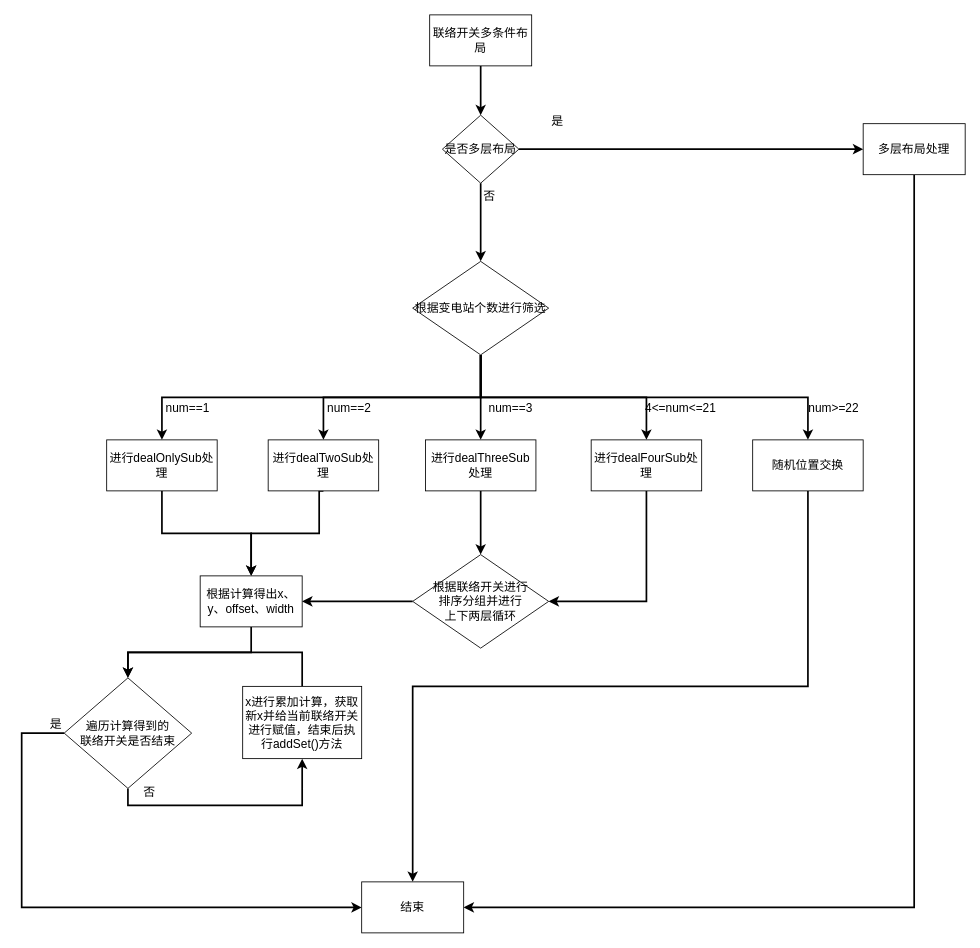
Above: 联络开关.drawio in MXakon/Rocket.Chat (draw.io), before the change. Source tidied: cells renumbered, new cells numbered last; positions are measured from the earlier drawing's top-left corner, leaving out a move shared by most shapes. Both pictures are drawn from the tidied source at 85%, with x=0, y=0 at pixel (21, 14).
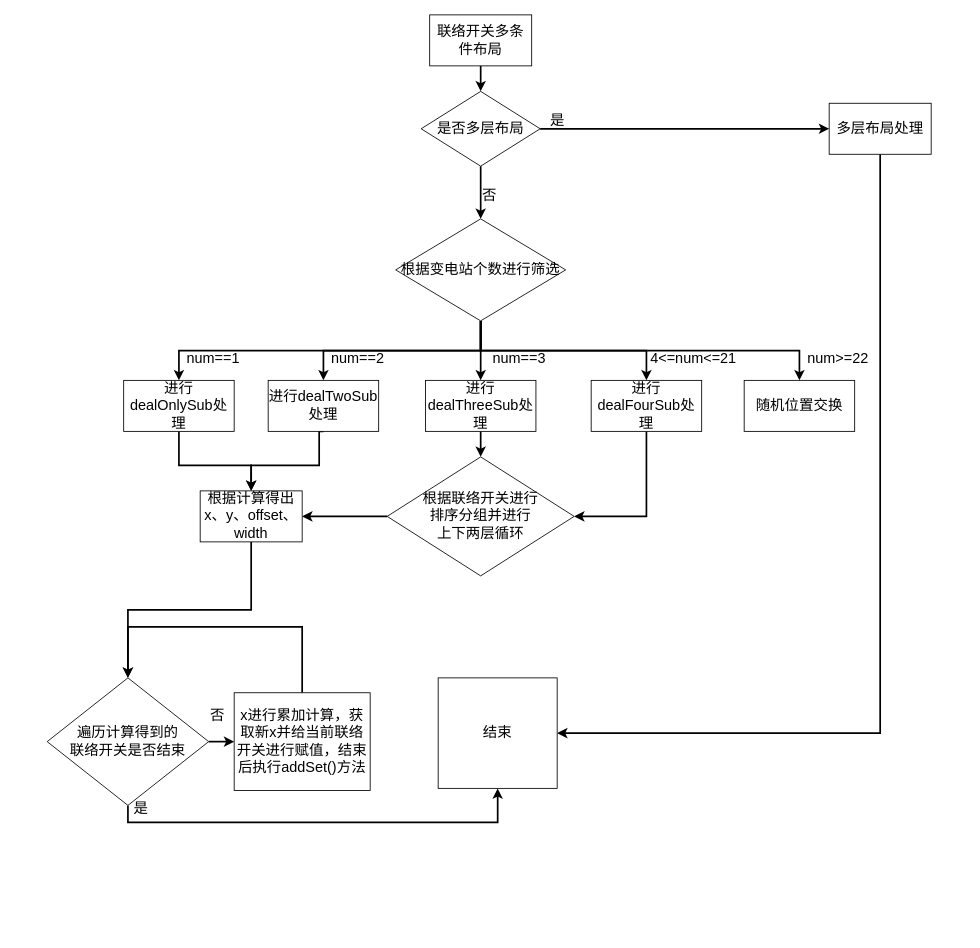
Above is the later version.

Commit message:
更新联络开关.drawio

The edit, as a diff of the source:
```diff
@@
-    <mxCell id="2" style="edgeStyle=orthogonalEdgeStyle;rounded=0;jettySize=auto;html=1;exitX=0.5;exitY=1;exitDx=0;exitDy=0;entryX=0.5;entryY=0;entryDx=0;entryDy=0;strokeWidth=2;fontSize=14;" parent="1" edge="1" source="3" target="6">
+    <mxCell id="2" style="edgeStyle=orthogonalEdgeStyle;rounded=0;jettySize=auto;html=1;exitX=0.5;exitY=1;exitDx=0;exitDy=0;entryX=0.5;entryY=0;entryDx=0;entryDy=0;strokeWidth=2;fontSize=17;" parent="1" edge="1" source="3" target="6">
       <mxGeometry relative="1" as="geometry">
         <Array as="points">
           <mxPoint x="540" y="80" />
           <mxPoint x="540" y="80" />
         </Array>
       </mxGeometry>
     </mxCell>
-    <mxCell id="3" value="联络开关多条件布局" style="rounded=0;whiteSpace=wrap;html=1;fontSize=14;" parent="1" vertex="1">
+    <mxCell id="3" value="联络开关多条件布局" style="rounded=0;whiteSpace=wrap;html=1;fontSize=17;" parent="1" vertex="1">
       <mxGeometry x="480" width="120" height="60" as="geometry" />
     </mxCell>
-    <mxCell id="4" style="edgeStyle=orthogonalEdgeStyle;rounded=0;jettySize=auto;html=1;strokeWidth=2;fontSize=14;" parent="1" edge="1" source="6">
-      <mxGeometry relative="1" as="geometry">
-        <mxPoint x="540" y="290" as="targetPoint" />
-      </mxGeometry>
-    </mxCell>
-    <mxCell id="5" style="edgeStyle=orthogonalEdgeStyle;rounded=0;jettySize=auto;html=1;exitX=1;exitY=0.5;exitDx=0;exitDy=0;entryX=0;entryY=0.5;entryDx=0;entryDy=0;strokeWidth=2;fontSize=14;" parent="1" edge="1" source="6" target="10">
+    <mxCell id="5" style="edgeStyle=orthogonalEdgeStyle;rounded=0;jettySize=auto;html=1;exitX=1;exitY=0.5;exitDx=0;exitDy=0;entryX=0;entryY=0.5;entryDx=0;entryDy=0;strokeWidth=2;fontSize=17;" parent="1" edge="1" source="6" target="10">
       <mxGeometry relative="1" as="geometry" />
     </mxCell>
+    <mxCell id="44" style="edgeStyle=orthogonalEdgeStyle;rounded=0;jettySize=auto;html=1;exitX=0.5;exitY=1;exitDx=0;exitDy=0;entryX=0.5;entryY=0;entryDx=0;entryDy=0;fontStyle=1;strokeWidth=2;" parent="1" edge="1" source="6" target="20">
+      <mxGeometry relative="1" as="geometry" />
+    </mxCell>
-    <mxCell id="6" value="是否多层布局" style="rhombus;whiteSpace=wrap;html=1;rounded=0;fontSize=14;" parent="1" vertex="1">
-      <mxGeometry x="495" y="118" width="90" height="80" as="geometry" />
+    <mxCell id="6" value="是否多层布局" style="rhombus;whiteSpace=wrap;html=1;rounded=0;fontSize=17;" parent="1" vertex="1">
+      <mxGeometry x="470" y="90" width="140" height="88" as="geometry" />
     </mxCell>
-    <mxCell id="7" style="edgeStyle=orthogonalEdgeStyle;rounded=0;jettySize=auto;html=1;exitX=0.5;exitY=1;exitDx=0;exitDy=0;entryX=0.5;entryY=0;entryDx=0;entryDy=0;strokeWidth=2;fontSize=14;" parent="1" edge="1" source="8" target="33">
+    <mxCell id="7" style="edgeStyle=orthogonalEdgeStyle;rounded=0;jettySize=auto;html=1;exitX=0.5;exitY=1;exitDx=0;exitDy=0;entryX=0.5;entryY=0;entryDx=0;entryDy=0;strokeWidth=2;fontSize=17;" parent="1" edge="1" source="8" target="33">
       <mxGeometry relative="1" as="geometry">
         <Array as="points">
-          <mxPoint x="350" y="610" />
-          <mxPoint x="270" y="610" />
+          <mxPoint x="350" y="490" />
+          <mxPoint x="350" y="530" />
+          <mxPoint x="270" y="530" />
         </Array>
       </mxGeometry>
     </mxCell>
-    <mxCell id="8" value="进行dealTwoSub处理" style="whiteSpace=wrap;html=1;rounded=0;fontSize=14;" parent="1" vertex="1">
-      <mxGeometry x="290" y="500" width="130" height="60" as="geometry" />
+    <mxCell id="8" value="进行dealTwoSub处理" style="whiteSpace=wrap;html=1;rounded=0;fontSize=17;" parent="1" vertex="1">
+      <mxGeometry x="290" y="430" width="130" height="60" as="geometry" />
     </mxCell>
-    <mxCell id="9" style="edgeStyle=orthogonalEdgeStyle;rounded=0;jettySize=auto;html=1;exitX=0.5;exitY=1;exitDx=0;exitDy=0;entryX=1;entryY=0.5;entryDx=0;entryDy=0;strokeWidth=2;fontSize=14;" parent="1" edge="1" source="10" target="37">
+    <mxCell id="9" style="edgeStyle=orthogonalEdgeStyle;rounded=0;jettySize=auto;html=1;exitX=0.5;exitY=1;exitDx=0;exitDy=0;entryX=1;entryY=0.5;entryDx=0;entryDy=0;strokeWidth=2;fontSize=17;" parent="1" edge="1" source="10" target="37">
       <mxGeometry relative="1" as="geometry" />
     </mxCell>
-    <mxCell id="10" value="多层布局处理" style="whiteSpace=wrap;html=1;rounded=0;fontSize=14;" parent="1" vertex="1">
-      <mxGeometry x="990" y="128" width="120" height="60" as="geometry" />
+    <mxCell id="10" value="多层布局处理" style="whiteSpace=wrap;html=1;rounded=0;fontSize=17;" parent="1" vertex="1">
+      <mxGeometry x="950" y="104" width="120" height="60" as="geometry" />
     </mxCell>
-    <mxCell id="11" style="edgeStyle=orthogonalEdgeStyle;rounded=0;jettySize=auto;html=1;strokeWidth=2;fontSize=14;" parent="1" edge="1" source="12" target="33">
-      <mxGeometry relative="1" as="geometry" />
+    <mxCell id="11" style="edgeStyle=orthogonalEdgeStyle;rounded=0;jettySize=auto;html=1;strokeWidth=2;fontSize=17;" parent="1" edge="1" source="12" target="33">
+      <mxGeometry relative="1" as="geometry">
+        <Array as="points">
+          <mxPoint x="185" y="530" />
+          <mxPoint x="270" y="530" />
+        </Array>
+      </mxGeometry>
     </mxCell>
-    <mxCell id="12" value="进行dealOnlySub处理" style="whiteSpace=wrap;html=1;rounded=0;fontSize=14;" parent="1" vertex="1">
-      <mxGeometry x="100" y="500" width="130" height="60" as="geometry" />
+    <mxCell id="12" value="进行dealOnlySub处理" style="whiteSpace=wrap;html=1;rounded=0;fontSize=17;" parent="1" vertex="1">
+      <mxGeometry x="120" y="430" width="130" height="60" as="geometry" />
     </mxCell>
-    <mxCell id="13" value="是" style="text;html=1;align=center;verticalAlign=middle;strokeColor=none;fillColor=none;fontSize=14;" parent="1" vertex="1">
+    <mxCell id="13" value="是" style="text;html=1;align=center;verticalAlign=middle;strokeColor=none;fillColor=none;fontSize=17;" parent="1" vertex="1">
       <mxGeometry x="610" y="110" width="40" height="30" as="geometry" />
     </mxCell>
-    <mxCell id="14" value="否" style="text;html=1;align=center;verticalAlign=middle;strokeColor=none;fillColor=none;fontSize=14;" parent="1" vertex="1">
+    <mxCell id="14" value="否" style="text;html=1;align=center;verticalAlign=middle;strokeColor=none;fillColor=none;fontSize=17;" parent="1" vertex="1">
       <mxGeometry x="530" y="198" width="40" height="30" as="geometry" />
     </mxCell>
-    <mxCell id="15" style="edgeStyle=orthogonalEdgeStyle;rounded=0;jettySize=auto;html=1;exitX=0.5;exitY=1;exitDx=0;exitDy=0;entryX=0.5;entryY=0;entryDx=0;entryDy=0;strokeWidth=2;fontSize=14;" parent="1" edge="1" source="20" target="12">
+    <mxCell id="15" style="edgeStyle=orthogonalEdgeStyle;rounded=0;jettySize=auto;html=1;exitX=0.5;exitY=1;exitDx=0;exitDy=0;entryX=0.5;entryY=0;entryDx=0;entryDy=0;strokeWidth=2;fontSize=17;" parent="1" edge="1" source="20" target="12">
       <mxGeometry relative="1" as="geometry" />
     </mxCell>
-    <mxCell id="16" style="edgeStyle=orthogonalEdgeStyle;rounded=0;jettySize=auto;html=1;exitX=0.5;exitY=1;exitDx=0;exitDy=0;strokeWidth=2;fontSize=14;" parent="1" edge="1" source="20" target="8">
+    <mxCell id="16" style="edgeStyle=orthogonalEdgeStyle;rounded=0;jettySize=auto;html=1;exitX=0.5;exitY=1;exitDx=0;exitDy=0;strokeWidth=2;fontSize=17;" parent="1" edge="1" source="20" target="8">
       <mxGeometry relative="1" as="geometry" />
     </mxCell>
-    <mxCell id="17" style="edgeStyle=orthogonalEdgeStyle;rounded=0;jettySize=auto;html=1;exitX=0.5;exitY=1;exitDx=0;exitDy=0;entryX=0.5;entryY=0;entryDx=0;entryDy=0;strokeWidth=2;fontSize=14;" parent="1" edge="1" source="20" target="22">
+    <mxCell id="17" style="edgeStyle=orthogonalEdgeStyle;rounded=0;jettySize=auto;html=1;exitX=0.5;exitY=1;exitDx=0;exitDy=0;entryX=0.5;entryY=0;entryDx=0;entryDy=0;strokeWidth=2;fontSize=17;" parent="1" edge="1" source="20" target="22">
       <mxGeometry relative="1" as="geometry" />
     </mxCell>
-    <mxCell id="18" style="edgeStyle=orthogonalEdgeStyle;rounded=0;jettySize=auto;html=1;exitX=0.5;exitY=1;exitDx=0;exitDy=0;strokeWidth=2;fontSize=14;" parent="1" edge="1" source="20" target="24">
+    <mxCell id="18" style="edgeStyle=orthogonalEdgeStyle;rounded=0;jettySize=auto;html=1;exitX=0.5;exitY=1;exitDx=0;exitDy=0;strokeWidth=2;fontSize=17;" parent="1" edge="1" source="20" target="24">
       <mxGeometry relative="1" as="geometry" />
     </mxCell>
-    <mxCell id="19" style="edgeStyle=orthogonalEdgeStyle;rounded=0;jettySize=auto;html=1;exitX=0.5;exitY=1;exitDx=0;exitDy=0;entryX=0.5;entryY=0;entryDx=0;entryDy=0;strokeWidth=2;fontSize=14;" parent="1" edge="1" source="20" target="26">
+    <mxCell id="19" style="edgeStyle=orthogonalEdgeStyle;rounded=0;jettySize=auto;html=1;exitX=0.5;exitY=1;exitDx=0;exitDy=0;entryX=0.5;entryY=0;entryDx=0;entryDy=0;strokeWidth=2;fontSize=17;" parent="1" edge="1" source="20" target="26">
       <mxGeometry relative="1" as="geometry" />
     </mxCell>
-    <mxCell id="20" value="根据变电站个数进行筛选" style="rhombus;whiteSpace=wrap;html=1;rounded=0;fontSize=14;" parent="1" vertex="1">
-      <mxGeometry x="460" y="290" width="160" height="110" as="geometry" />
+    <mxCell id="20" value="根据变电站个数进行筛选" style="rhombus;whiteSpace=wrap;html=1;rounded=0;fontSize=17;" parent="1" vertex="1">
+      <mxGeometry x="440" y="240" width="200" height="120" as="geometry" />
     </mxCell>
-    <mxCell id="21" style="edgeStyle=orthogonalEdgeStyle;rounded=0;jettySize=auto;html=1;strokeWidth=2;fontSize=14;" parent="1" edge="1" source="22" target="43">
+    <mxCell id="21" style="edgeStyle=orthogonalEdgeStyle;rounded=0;jettySize=auto;html=1;strokeWidth=2;fontSize=17;" parent="1" edge="1" source="22" target="43">
       <mxGeometry relative="1" as="geometry" />
     </mxCell>
-    <mxCell id="22" value="进行dealThreeSub处理" style="whiteSpace=wrap;html=1;rounded=0;fontSize=14;" parent="1" vertex="1">
-      <mxGeometry x="475" y="500" width="130" height="60" as="geometry" />
+    <mxCell id="22" value="进行dealThreeSub处理" style="whiteSpace=wrap;html=1;rounded=0;fontSize=17;" parent="1" vertex="1">
+      <mxGeometry x="475" y="430" width="130" height="60" as="geometry" />
     </mxCell>
-    <mxCell id="23" style="edgeStyle=orthogonalEdgeStyle;rounded=0;jettySize=auto;html=1;exitX=0.5;exitY=1;exitDx=0;exitDy=0;entryX=1;entryY=0.5;entryDx=0;entryDy=0;strokeWidth=2;fontSize=14;" parent="1" edge="1" source="24" target="43">
+    <mxCell id="23" style="edgeStyle=orthogonalEdgeStyle;rounded=0;jettySize=auto;html=1;exitX=0.5;exitY=1;exitDx=0;exitDy=0;entryX=1;entryY=0.5;entryDx=0;entryDy=0;strokeWidth=2;fontSize=17;" parent="1" edge="1" source="24" target="43">
       <mxGeometry relative="1" as="geometry" />
     </mxCell>
-    <mxCell id="24" value="进行dealFourSub处理" style="whiteSpace=wrap;html=1;rounded=0;fontSize=14;" parent="1" vertex="1">
-      <mxGeometry x="670" y="500" width="130" height="60" as="geometry" />
+    <mxCell id="24" value="进行dealFourSub处理" style="whiteSpace=wrap;html=1;rounded=0;fontSize=17;" parent="1" vertex="1">
+      <mxGeometry x="670" y="430" width="130" height="60" as="geometry" />
     </mxCell>
-    <mxCell id="25" style="edgeStyle=orthogonalEdgeStyle;rounded=0;jettySize=auto;html=1;exitX=0.5;exitY=1;exitDx=0;exitDy=0;entryX=0.5;entryY=0;entryDx=0;entryDy=0;strokeWidth=2;fontSize=14;" parent="1" edge="1" source="26" target="37">
-      <mxGeometry relative="1" as="geometry" />
-    </mxCell>
-    <mxCell id="26" value="随机位置交换" style="whiteSpace=wrap;html=1;rounded=0;fontSize=14;" parent="1" vertex="1">
-      <mxGeometry x="860" y="500" width="130" height="60" as="geometry" />
+    <mxCell id="26" value="随机位置交换" style="whiteSpace=wrap;html=1;rounded=0;fontSize=17;" parent="1" vertex="1">
+      <mxGeometry x="850" y="430" width="130" height="60" as="geometry" />
     </mxCell>
-    <mxCell id="27" value="num==1" style="text;html=1;align=center;verticalAlign=middle;strokeColor=none;fillColor=none;fontSize=14;" parent="1" vertex="1">
-      <mxGeometry x="160" y="448" width="70" height="30" as="geometry" />
+    <mxCell id="27" value="num==1" style="text;html=1;align=center;verticalAlign=middle;strokeColor=none;fillColor=none;fontSize=17;" parent="1" vertex="1">
+      <mxGeometry x="180" y="390" width="90" height="30" as="geometry" />
     </mxCell>
-    <mxCell id="28" value="num==2" style="text;html=1;align=center;verticalAlign=middle;strokeColor=none;fillColor=none;fontSize=14;" parent="1" vertex="1">
-      <mxGeometry x="350" y="448" width="70" height="30" as="geometry" />
+    <mxCell id="28" value="num==2" style="text;html=1;align=center;verticalAlign=middle;strokeColor=none;fillColor=none;fontSize=17;" parent="1" vertex="1">
+      <mxGeometry x="350" y="390" width="90" height="30" as="geometry" />
     </mxCell>
-    <mxCell id="29" value="num==3" style="text;html=1;align=center;verticalAlign=middle;strokeColor=none;fillColor=none;fontSize=14;" parent="1" vertex="1">
-      <mxGeometry x="540" y="448" width="70" height="30" as="geometry" />
+    <mxCell id="29" value="num==3" style="text;html=1;align=center;verticalAlign=middle;strokeColor=none;fillColor=none;fontSize=17;" parent="1" vertex="1">
+      <mxGeometry x="540" y="390" width="90" height="30" as="geometry" />
     </mxCell>
-    <mxCell id="30" value="4&amp;lt;=num&amp;lt;=21" style="text;html=1;align=center;verticalAlign=middle;strokeColor=none;fillColor=none;fontSize=14;" parent="1" vertex="1">
-      <mxGeometry x="720" y="448" width="110" height="30" as="geometry" />
+    <mxCell id="30" value="4&amp;lt;=num&amp;lt;=21" style="text;html=1;align=center;verticalAlign=middle;strokeColor=none;fillColor=none;fontSize=17;" parent="1" vertex="1">
+      <mxGeometry x="730" y="390" width="120" height="30" as="geometry" />
     </mxCell>
-    <mxCell id="31" value="num&amp;gt;=22" style="text;html=1;align=center;verticalAlign=middle;strokeColor=none;fillColor=none;fontSize=14;" parent="1" vertex="1">
-      <mxGeometry x="915" y="448" width="80" height="30" as="geometry" />
+    <mxCell id="31" value="num&amp;gt;=22" style="text;html=1;align=center;verticalAlign=middle;strokeColor=none;fillColor=none;fontSize=17;" parent="1" vertex="1">
+      <mxGeometry x="910" y="390" width="100" height="30" as="geometry" />
     </mxCell>
-    <mxCell id="32" style="edgeStyle=orthogonalEdgeStyle;rounded=0;jettySize=auto;html=1;exitX=0.5;exitY=1;exitDx=0;exitDy=0;strokeWidth=2;fontSize=14;" parent="1" edge="1" source="33" target="36">
+    <mxCell id="32" style="edgeStyle=orthogonalEdgeStyle;rounded=0;jettySize=auto;html=1;exitX=0.5;exitY=1;exitDx=0;exitDy=0;strokeWidth=2;fontSize=17;" parent="1" edge="1" source="33" target="36">
       <mxGeometry relative="1" as="geometry" />
     </mxCell>
-    <mxCell id="33" value="根据计算得出x、y、offset、width" style="whiteSpace=wrap;html=1;rounded=0;fontSize=14;" parent="1" vertex="1">
-      <mxGeometry x="210" y="660" width="120" height="60" as="geometry" />
+    <mxCell id="33" value="根据计算得出x、y、offset、width" style="whiteSpace=wrap;html=1;rounded=0;fontSize=17;" parent="1" vertex="1">
+      <mxGeometry x="210" y="560" width="120" height="60" as="geometry" />
     </mxCell>
+    <mxCell id="35" style="edgeStyle=orthogonalEdgeStyle;rounded=0;jettySize=auto;html=1;exitX=1;exitY=0.5;exitDx=0;exitDy=0;entryX=0;entryY=0.5;entryDx=0;entryDy=0;strokeWidth=2;" parent="1" edge="1" source="36" target="40">
+      <mxGeometry relative="1" as="geometry" />
+    </mxCell>
-    <mxCell id="34" style="edgeStyle=orthogonalEdgeStyle;rounded=0;jettySize=auto;html=1;exitX=0;exitY=0.5;exitDx=0;exitDy=0;entryX=0;entryY=0.5;entryDx=0;entryDy=0;strokeWidth=2;fontSize=14;" parent="1" edge="1" source="36" target="37">
-      <mxGeometry relative="1" as="geometry">
-        <Array as="points">
-          <mxPoint y="845" />
-          <mxPoint y="1050" />
-        </Array>
-      </mxGeometry>
+    <mxCell id="34" style="edgeStyle=orthogonalEdgeStyle;rounded=0;jettySize=auto;html=1;exitX=0.5;exitY=1;exitDx=0;exitDy=0;entryX=0.5;entryY=1;entryDx=0;entryDy=0;strokeWidth=2;" parent="1" edge="1" source="36" target="37">
+      <mxGeometry relative="1" as="geometry" />
     </mxCell>
-    <mxCell id="35" style="edgeStyle=orthogonalEdgeStyle;rounded=0;jettySize=auto;html=1;exitX=0.5;exitY=1;exitDx=0;exitDy=0;entryX=0.5;entryY=1;entryDx=0;entryDy=0;strokeWidth=2;fontSize=14;" parent="1" edge="1" source="36" target="40">
-      <mxGeometry relative="1" as="geometry" />
-    </mxCell>
-    <mxCell id="36" value="遍历计算得到的&lt;br style=&quot;font-size: 14px;&quot;&gt;联络开关是否结束" style="rhombus;whiteSpace=wrap;html=1;rounded=0;fontSize=14;" parent="1" vertex="1">
-      <mxGeometry x="50" y="780" width="150" height="130" as="geometry" />
+    <mxCell id="36" value="遍历计算得到的&lt;br style=&quot;font-size: 17px;&quot;&gt;联络开关是否结束" style="rhombus;whiteSpace=wrap;html=1;rounded=0;fontSize=17;" parent="1" vertex="1">
+      <mxGeometry x="30" y="780" width="190" height="150" as="geometry" />
     </mxCell>
-    <mxCell id="37" value="结束" style="whiteSpace=wrap;html=1;rounded=0;fontSize=14;" parent="1" vertex="1">
-      <mxGeometry x="400" y="1020" width="120" height="60" as="geometry" />
+    <mxCell id="37" value="结束" style="whiteSpace=wrap;html=1;rounded=0;fontSize=17;" parent="1" vertex="1">
+      <mxGeometry x="490" y="780" width="140" height="130" as="geometry" />
     </mxCell>
-    <mxCell id="38" value="是" style="text;html=1;align=center;verticalAlign=middle;strokeColor=none;fillColor=none;fontSize=14;" parent="1" vertex="1">
-      <mxGeometry x="20" y="820" width="40" height="30" as="geometry" />
+    <mxCell id="38" value="是" style="text;html=1;align=center;verticalAlign=middle;strokeColor=none;fillColor=none;fontSize=17;" parent="1" vertex="1">
+      <mxGeometry x="120" y="920" width="40" height="30" as="geometry" />
     </mxCell>
-    <mxCell id="39" style="edgeStyle=orthogonalEdgeStyle;rounded=0;jettySize=auto;html=1;exitX=0.5;exitY=0;exitDx=0;exitDy=0;entryX=0.5;entryY=0;entryDx=0;entryDy=0;strokeWidth=2;fontSize=14;" parent="1" edge="1" source="40" target="36">
+    <mxCell id="39" style="edgeStyle=orthogonalEdgeStyle;rounded=0;jettySize=auto;html=1;exitX=0.5;exitY=0;exitDx=0;exitDy=0;entryX=0.5;entryY=0;entryDx=0;entryDy=0;strokeWidth=2;fontSize=17;" parent="1" edge="1" source="40" target="36">
       <mxGeometry relative="1" as="geometry">
         <Array as="points">
-          <mxPoint x="330" y="750" />
-          <mxPoint x="125" y="750" />
+          <mxPoint x="330" y="720" />
+          <mxPoint x="125" y="720" />
         </Array>
       </mxGeometry>
     </mxCell>
-    <mxCell id="40" value="x进行累加计算，获取新x并给当前联络开关进行赋值，结束后执行addSet()方法" style="rounded=0;whiteSpace=wrap;html=1;fontSize=14;" parent="1" vertex="1">
-      <mxGeometry x="260" y="790" width="140" height="85" as="geometry" />
+    <mxCell id="40" value="x进行累加计算，获取新x并给当前联络开关进行赋值，结束后执行addSet()方法" style="rounded=0;whiteSpace=wrap;html=1;fontSize=17;" parent="1" vertex="1">
+      <mxGeometry x="250" y="797.5" width="160" height="115" as="geometry" />
     </mxCell>
-    <mxCell id="41" value="否" style="text;html=1;align=center;verticalAlign=middle;strokeColor=none;fillColor=none;fontSize=14;" parent="1" vertex="1">
-      <mxGeometry x="130" y="900" width="40" height="30" as="geometry" />
+    <mxCell id="41" value="否" style="text;html=1;align=center;verticalAlign=middle;strokeColor=none;fillColor=none;fontSize=17;" parent="1" vertex="1">
+      <mxGeometry x="210" y="810" width="40" height="30" as="geometry" />
     </mxCell>
-    <mxCell id="42" style="edgeStyle=orthogonalEdgeStyle;rounded=0;jettySize=auto;html=1;strokeWidth=2;fontSize=14;" parent="1" edge="1" source="43" target="33">
+    <mxCell id="42" style="edgeStyle=orthogonalEdgeStyle;rounded=0;jettySize=auto;html=1;strokeWidth=2;fontSize=17;" parent="1" edge="1" source="43" target="33">
       <mxGeometry relative="1" as="geometry" />
     </mxCell>
-    <mxCell id="43" value="根据联络开关进行&lt;br style=&quot;font-size: 14px;&quot;&gt;排序分组并进行&lt;br style=&quot;font-size: 14px;&quot;&gt;上下两层循环" style="rhombus;whiteSpace=wrap;html=1;rounded=0;fontSize=14;" parent="1" vertex="1">
-      <mxGeometry x="460" y="635" width="160" height="110" as="geometry" />
+    <mxCell id="43" value="根据联络开关进行&lt;br style=&quot;font-size: 17px;&quot;&gt;排序分组并进行&lt;br style=&quot;font-size: 17px;&quot;&gt;上下两层循环" style="rhombus;whiteSpace=wrap;html=1;rounded=0;fontSize=17;" parent="1" vertex="1">
+      <mxGeometry x="430" y="520" width="220" height="140" as="geometry" />
     </mxCell>
```
